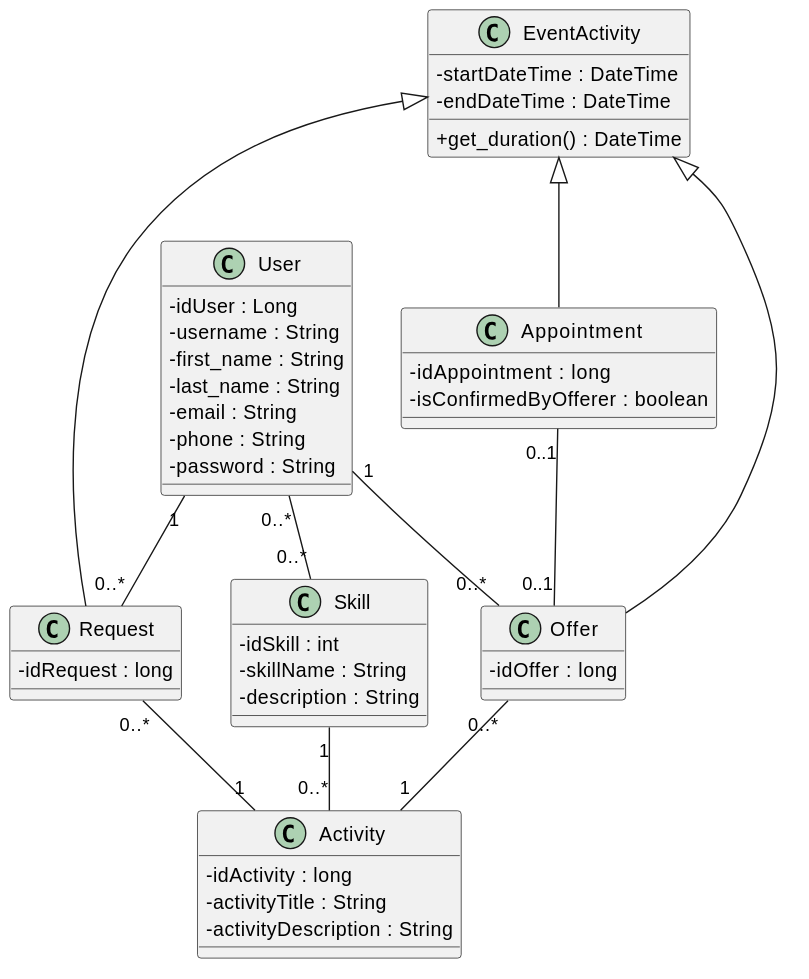
albanmartel/SkillsExchange keeps this PlantUML diagram as Modelisation/02_CLASS_DIAGRAM/02_Class_Digram.svg. Above is the earlier version.
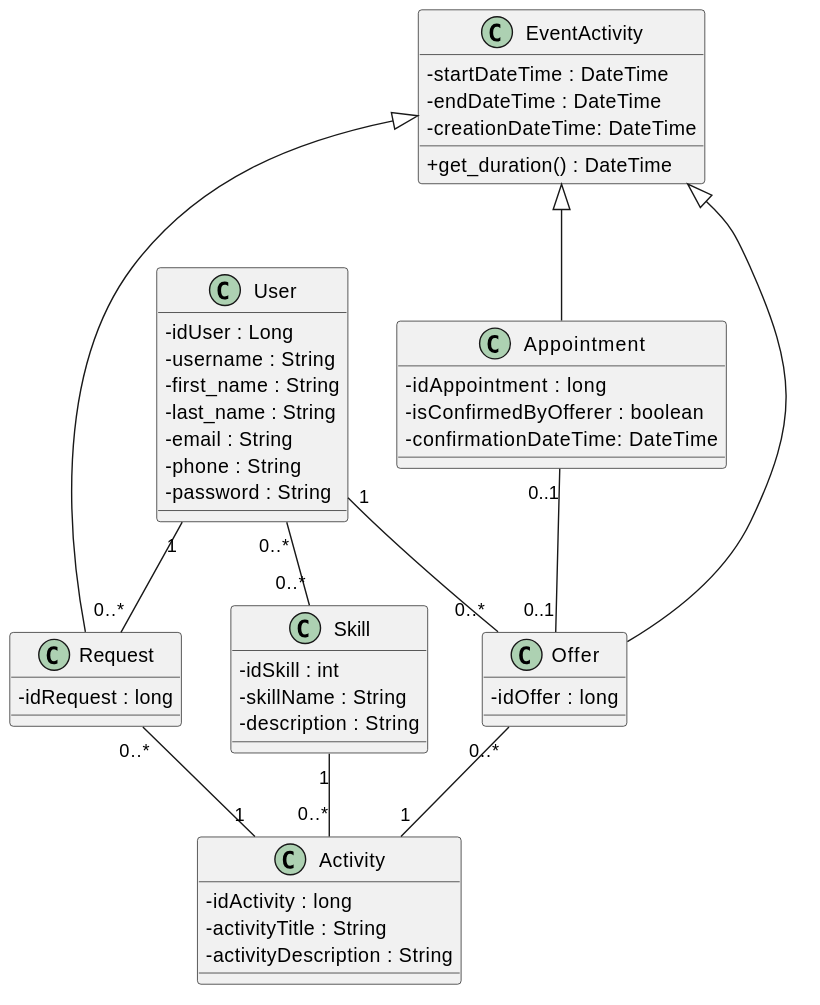
The same diagram one commit later.

Commit message:
UPDATE '02_Class_Digram' génération des images png, svg et pdf de avec plantuml '02_Class_Digram'

Diff of the diagram source:
```diff
@@ -26,6 +26,7 @@
 class EventActivity {
   - startDateTime : DateTime
   - endDateTime : DateTime
+  - creationDateTime: DateTime
   + get_duration() : DateTime
 }
 
@@ -36,6 +37,7 @@
 class Appointment{
   - idAppointment : long
   - isConfirmedByOfferer : boolean
+  - confirmationDateTime: DateTime
 }
 
 class Request {
```
